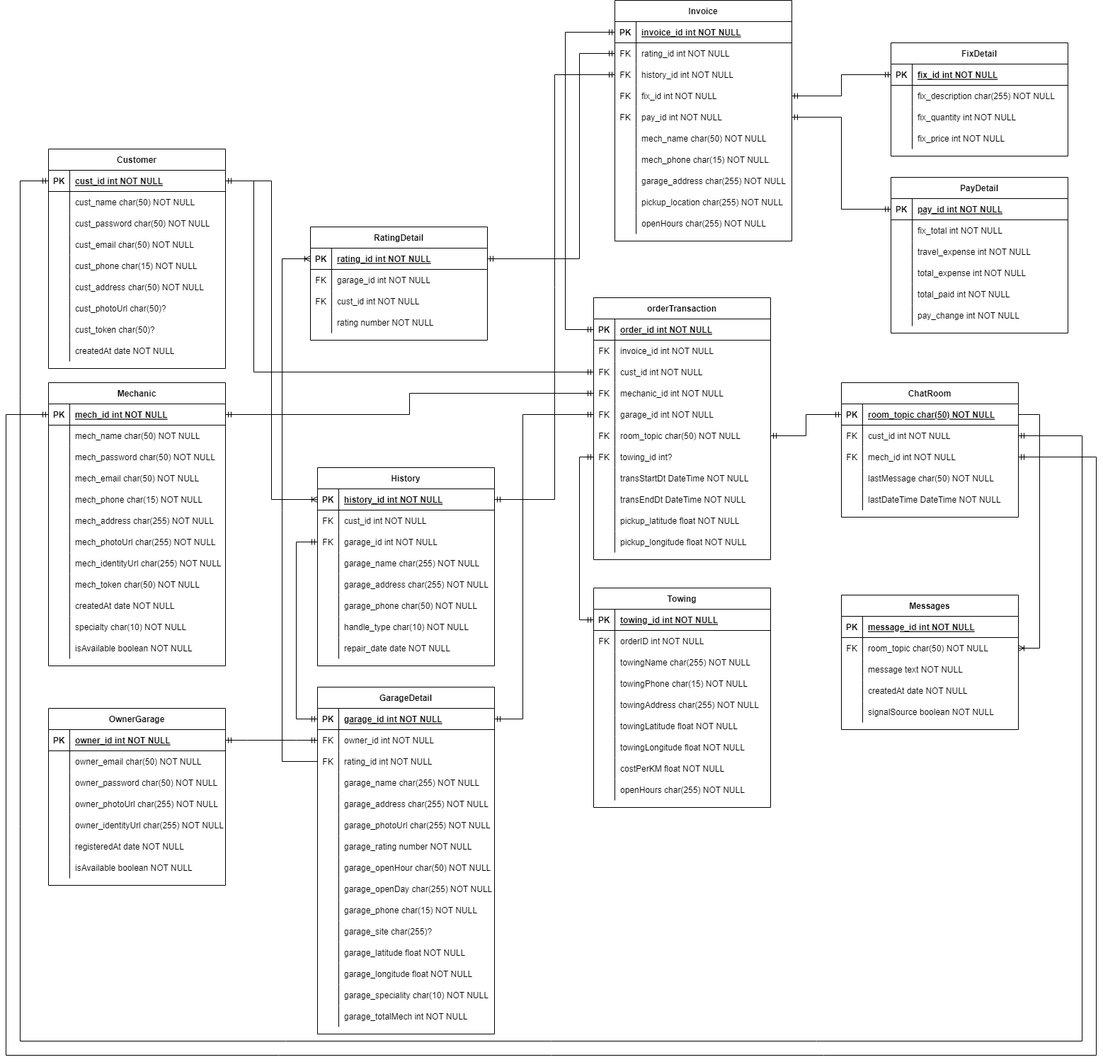
Above: Systems/ERDiagram.drawio.png in felixfilipi/E-Monteer (draw.io), before the change. Source tidied: cells renumbered, new cells last; positions are measured from the earlier drawing's top-left corner, leaving out a move shared by most shapes.
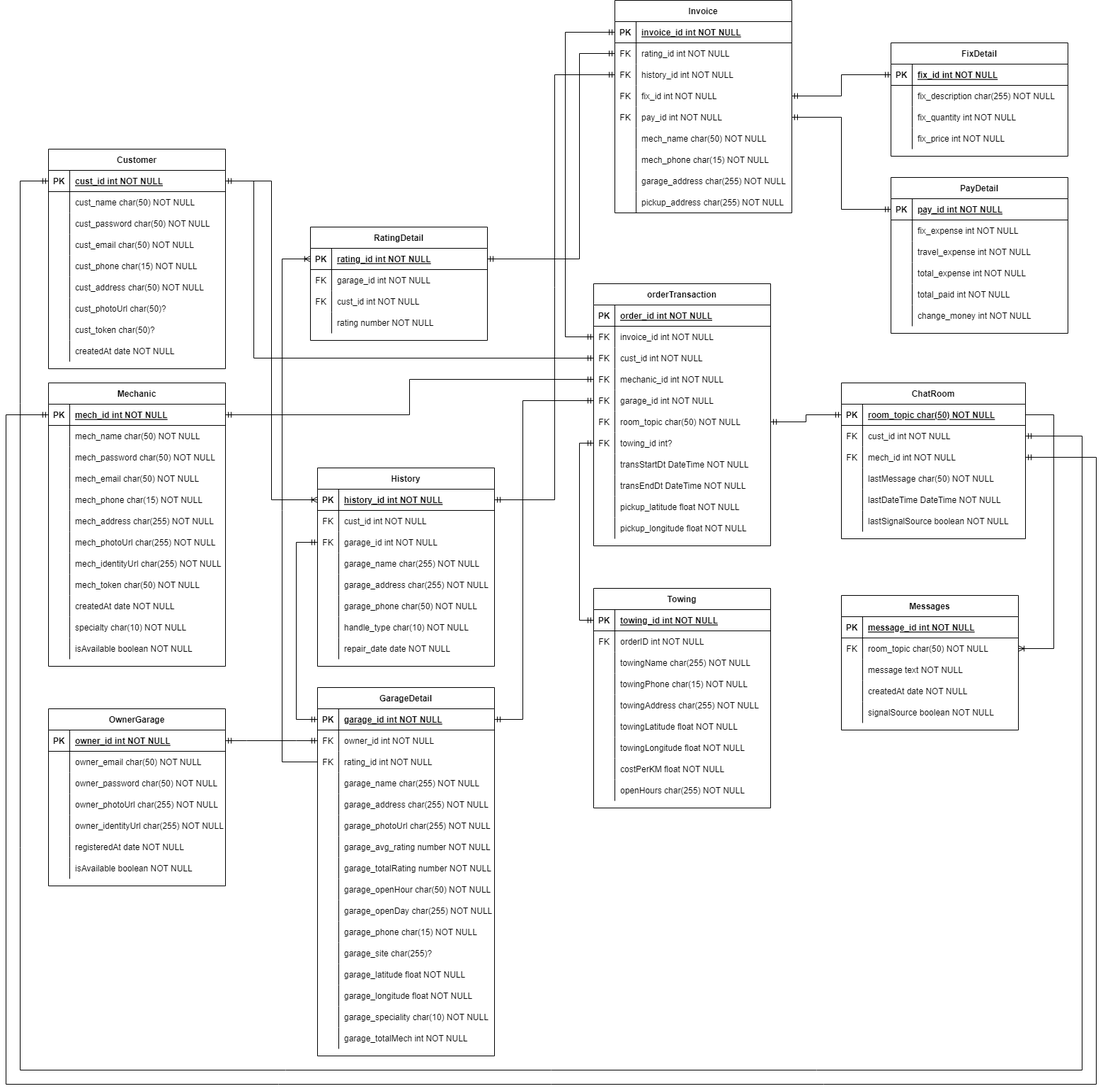
The same diagram one commit later.

Change to the diagram source:
```diff
@@ -264,53 +264,62 @@
       <mxGeometry x="30" width="220" height="30" as="geometry" />
     </mxCell>
     <mxCell id="89" value="ChatRoom" style="shape=table;startSize=30;rowLines=0;fontStyle=1;align=center;" parent="1" vertex="1">
-      <mxGeometry x="1180" y="540" width="250" height="190" as="geometry" />
+      <mxGeometry x="1180" y="540" width="260" height="220" as="geometry" />
     </mxCell>
     <mxCell id="90" style="shape=partialRectangle;fillColor=none;points=[[0,0.5],[1,0.5]];portConstraint=eastwest;top=0;left=0;right=0;bottom=1;" parent="89" vertex="1">
-      <mxGeometry y="30" width="250" height="30" as="geometry" />
+      <mxGeometry y="30" width="260" height="30" as="geometry" />
     </mxCell>
     <mxCell id="91" value="PK" style="shape=partialRectangle;overflow=hidden;fillColor=none;top=0;left=0;bottom=0;right=0;fontStyle=1;" parent="90" vertex="1">
       <mxGeometry width="30" height="30" as="geometry" />
     </mxCell>
     <mxCell id="92" value="room_topic char(50) NOT NULL " style="shape=partialRectangle;overflow=hidden;fillColor=none;top=0;left=0;bottom=0;right=0;align=left;spacingLeft=6;fontStyle=5;" parent="90" vertex="1">
-      <mxGeometry x="30" width="220" height="30" as="geometry" />
+      <mxGeometry x="30" width="230" height="30" as="geometry" />
     </mxCell>
     <mxCell id="93" style="shape=partialRectangle;fillColor=none;points=[[0,0.5],[1,0.5]];portConstraint=eastwest;top=0;left=0;right=0;bottom=0;" parent="89" vertex="1">
-      <mxGeometry y="60" width="250" height="30" as="geometry" />
+      <mxGeometry y="60" width="260" height="30" as="geometry" />
     </mxCell>
     <mxCell id="94" value="FK" style="shape=partialRectangle;overflow=hidden;fillColor=none;top=0;left=0;bottom=0;right=0;" parent="93" vertex="1">
       <mxGeometry width="30" height="30" as="geometry" />
     </mxCell>
     <mxCell id="95" value="cust_id int NOT NULL" style="shape=partialRectangle;overflow=hidden;fillColor=none;top=0;left=0;bottom=0;right=0;align=left;spacingLeft=6;" parent="93" vertex="1">
-      <mxGeometry x="30" width="220" height="30" as="geometry" />
+      <mxGeometry x="30" width="230" height="30" as="geometry" />
     </mxCell>
     <mxCell id="96" style="shape=partialRectangle;fillColor=none;points=[[0,0.5],[1,0.5]];portConstraint=eastwest;top=0;left=0;right=0;bottom=0;" parent="89" vertex="1">
-      <mxGeometry y="90" width="250" height="30" as="geometry" />
+      <mxGeometry y="90" width="260" height="30" as="geometry" />
     </mxCell>
     <mxCell id="97" value="FK" style="shape=partialRectangle;overflow=hidden;fillColor=none;top=0;left=0;bottom=0;right=0;" parent="96" vertex="1">
       <mxGeometry width="30" height="30" as="geometry" />
     </mxCell>
     <mxCell id="98" value="mech_id int NOT NULL" style="shape=partialRectangle;overflow=hidden;fillColor=none;top=0;left=0;bottom=0;right=0;align=left;spacingLeft=6;" parent="96" vertex="1">
-      <mxGeometry x="30" width="220" height="30" as="geometry" />
+      <mxGeometry x="30" width="230" height="30" as="geometry" />
     </mxCell>
     <mxCell id="99" style="shape=partialRectangle;fillColor=none;top=0;left=0;right=0;bottom=0;" parent="89" vertex="1">
-      <mxGeometry y="120" width="250" height="30" as="geometry" />
+      <mxGeometry y="120" width="260" height="30" as="geometry" />
     </mxCell>
     <mxCell id="100" style="shape=partialRectangle;overflow=hidden;fillColor=none;top=0;left=0;bottom=0;right=0;" parent="99" vertex="1">
       <mxGeometry width="30" height="30" as="geometry" />
     </mxCell>
     <mxCell id="101" value="lastMessage char(50) NOT NULL" style="shape=partialRectangle;overflow=hidden;fillColor=none;top=0;left=0;bottom=0;right=0;align=left;spacingLeft=6;" parent="99" vertex="1">
-      <mxGeometry x="30" width="220" height="30" as="geometry" />
+      <mxGeometry x="30" width="230" height="30" as="geometry" />
     </mxCell>
     <mxCell id="102" style="shape=partialRectangle;fillColor=none;top=0;left=0;right=0;bottom=0;" parent="89" vertex="1">
-      <mxGeometry y="150" width="250" height="30" as="geometry" />
+      <mxGeometry y="150" width="260" height="30" as="geometry" />
     </mxCell>
     <mxCell id="103" style="shape=partialRectangle;overflow=hidden;fillColor=none;top=0;left=0;bottom=0;right=0;" parent="102" vertex="1">
       <mxGeometry width="30" height="30" as="geometry" />
     </mxCell>
     <mxCell id="104" value="lastDateTime DateTime NOT NULL" style="shape=partialRectangle;overflow=hidden;fillColor=none;top=0;left=0;bottom=0;right=0;align=left;spacingLeft=6;" parent="102" vertex="1">
-      <mxGeometry x="30" width="220" height="30" as="geometry" />
+      <mxGeometry x="30" width="230" height="30" as="geometry" />
     </mxCell>
+    <mxCell id="347" style="shape=partialRectangle;fillColor=none;top=0;left=0;right=0;bottom=0;" parent="89" vertex="1">
+      <mxGeometry y="180" width="260" height="30" as="geometry" />
+    </mxCell>
+    <mxCell id="348" style="shape=partialRectangle;overflow=hidden;fillColor=none;top=0;left=0;bottom=0;right=0;" parent="347" vertex="1">
+      <mxGeometry width="30" height="30" as="geometry" />
+    </mxCell>
+    <mxCell id="349" value="lastSignalSource boolean NOT NULL" style="shape=partialRectangle;overflow=hidden;fillColor=none;top=0;left=0;bottom=0;right=0;align=left;spacingLeft=6;" parent="347" vertex="1">
+      <mxGeometry x="30" width="230" height="30" as="geometry" />
+    </mxCell>
     <mxCell id="105" value="Messages" style="shape=table;startSize=30;rowLines=0;fontStyle=1;align=center;" parent="1" vertex="1">
       <mxGeometry x="1180" y="840" width="250" height="190" as="geometry" />
     </mxCell>
@@ -444,7 +453,7 @@
       <mxGeometry x="30" width="220" height="30" as="geometry" />
     </mxCell>
     <mxCell id="149" value="GarageDetail" style="shape=table;startSize=30;rowLines=0;fontStyle=1;align=center;" parent="1" vertex="1">
-      <mxGeometry x="440" y="970" width="250" height="490" as="geometry" />
+      <mxGeometry x="440" y="970" width="250" height="520" as="geometry" />
     </mxCell>
     <mxCell id="150" style="shape=partialRectangle;fillColor=none;points=[[0,0.5],[1,0.5]];portConstraint=eastwest;top=0;left=0;right=0;bottom=1;" parent="149" vertex="1">
       <mxGeometry y="30" width="250" height="30" as="geometry" />
@@ -506,11 +515,20 @@
     <mxCell id="169" style="shape=partialRectangle;overflow=hidden;fillColor=none;top=0;left=0;bottom=0;right=0;" parent="168" vertex="1">
       <mxGeometry width="30" height="30" as="geometry" />
     </mxCell>
-    <mxCell id="170" value="garage_rating number NOT NULL" style="shape=partialRectangle;overflow=hidden;fillColor=none;top=0;left=0;bottom=0;right=0;align=left;spacingLeft=6;" parent="168" vertex="1">
+    <mxCell id="170" value="garage_avg_rating number NOT NULL" style="shape=partialRectangle;overflow=hidden;fillColor=none;top=0;left=0;bottom=0;right=0;align=left;spacingLeft=6;" parent="168" vertex="1">
       <mxGeometry x="30" width="220" height="30" as="geometry" />
     </mxCell>
+    <mxCell id="350" style="shape=partialRectangle;fillColor=none;top=0;left=0;right=0;bottom=0;" parent="149" vertex="1">
+      <mxGeometry y="240" width="250" height="30" as="geometry" />
+    </mxCell>
+    <mxCell id="351" style="shape=partialRectangle;overflow=hidden;fillColor=none;top=0;left=0;bottom=0;right=0;" parent="350" vertex="1">
+      <mxGeometry width="30" height="30" as="geometry" />
+    </mxCell>
+    <mxCell id="352" value="garage_totalRating number NOT NULL" style="shape=partialRectangle;overflow=hidden;fillColor=none;top=0;left=0;bottom=0;right=0;align=left;spacingLeft=6;" parent="350" vertex="1">
+      <mxGeometry x="30" width="220" height="30" as="geometry" />
+    </mxCell>
     <mxCell id="171" style="shape=partialRectangle;fillColor=none;top=0;left=0;right=0;bottom=0;" parent="149" vertex="1">
-      <mxGeometry y="240" width="250" height="30" as="geometry" />
+      <mxGeometry y="270" width="250" height="30" as="geometry" />
     </mxCell>
     <mxCell id="172" style="shape=partialRectangle;overflow=hidden;fillColor=none;top=0;left=0;bottom=0;right=0;" parent="171" vertex="1">
       <mxGeometry width="30" height="30" as="geometry" />
@@ -519,7 +537,7 @@
       <mxGeometry x="30" width="220" height="30" as="geometry" />
     </mxCell>
     <mxCell id="174" style="shape=partialRectangle;fillColor=none;top=0;left=0;right=0;bottom=0;" parent="149" vertex="1">
-      <mxGeometry y="270" width="250" height="30" as="geometry" />
+      <mxGeometry y="300" width="250" height="30" as="geometry" />
     </mxCell>
     <mxCell id="175" style="shape=partialRectangle;overflow=hidden;fillColor=none;top=0;left=0;bottom=0;right=0;" parent="174" vertex="1">
       <mxGeometry width="30" height="30" as="geometry" />
@@ -528,7 +546,7 @@
       <mxGeometry x="30" width="220" height="30" as="geometry" />
     </mxCell>
     <mxCell id="177" style="shape=partialRectangle;fillColor=none;top=0;left=0;right=0;bottom=0;" parent="149" vertex="1">
-      <mxGeometry y="300" width="250" height="30" as="geometry" />
+      <mxGeometry y="330" width="250" height="30" as="geometry" />
     </mxCell>
     <mxCell id="178" style="shape=partialRectangle;overflow=hidden;fillColor=none;top=0;left=0;bottom=0;right=0;" parent="177" vertex="1">
       <mxGeometry width="30" height="30" as="geometry" />
@@ -537,7 +555,7 @@
       <mxGeometry x="30" width="220" height="30" as="geometry" />
     </mxCell>
     <mxCell id="180" style="shape=partialRectangle;fillColor=none;top=0;left=0;right=0;bottom=0;" parent="149" vertex="1">
-      <mxGeometry y="330" width="250" height="30" as="geometry" />
+      <mxGeometry y="360" width="250" height="30" as="geometry" />
     </mxCell>
     <mxCell id="181" style="shape=partialRectangle;overflow=hidden;fillColor=none;top=0;left=0;bottom=0;right=0;" parent="180" vertex="1">
       <mxGeometry width="30" height="30" as="geometry" />
@@ -546,7 +564,7 @@
       <mxGeometry x="30" width="220" height="30" as="geometry" />
     </mxCell>
     <mxCell id="183" style="shape=partialRectangle;fillColor=none;top=0;left=0;right=0;bottom=0;" parent="149" vertex="1">
-      <mxGeometry y="360" width="250" height="30" as="geometry" />
+      <mxGeometry y="390" width="250" height="30" as="geometry" />
     </mxCell>
     <mxCell id="184" style="shape=partialRectangle;overflow=hidden;fillColor=none;top=0;left=0;bottom=0;right=0;" parent="183" vertex="1">
       <mxGeometry width="30" height="30" as="geometry" />
@@ -555,7 +573,7 @@
       <mxGeometry x="30" width="220" height="30" as="geometry" />
     </mxCell>
     <mxCell id="186" style="shape=partialRectangle;fillColor=none;top=0;left=0;right=0;bottom=0;" parent="149" vertex="1">
-      <mxGeometry y="390" width="250" height="30" as="geometry" />
+      <mxGeometry y="420" width="250" height="30" as="geometry" />
     </mxCell>
     <mxCell id="187" style="shape=partialRectangle;overflow=hidden;fillColor=none;top=0;left=0;bottom=0;right=0;" parent="186" vertex="1">
       <mxGeometry width="30" height="30" as="geometry" />
@@ -564,7 +582,7 @@
       <mxGeometry x="30" width="220" height="30" as="geometry" />
     </mxCell>
     <mxCell id="189" style="shape=partialRectangle;fillColor=none;top=0;left=0;right=0;bottom=0;" parent="149" vertex="1">
-      <mxGeometry y="420" width="250" height="30" as="geometry" />
+      <mxGeometry y="450" width="250" height="30" as="geometry" />
     </mxCell>
     <mxCell id="190" style="shape=partialRectangle;overflow=hidden;fillColor=none;top=0;left=0;bottom=0;right=0;" parent="189" vertex="1">
       <mxGeometry width="30" height="30" as="geometry" />
@@ -573,7 +591,7 @@
       <mxGeometry x="30" width="220" height="30" as="geometry" />
     </mxCell>
     <mxCell id="192" style="shape=partialRectangle;fillColor=none;top=0;left=0;right=0;bottom=0;" parent="149" vertex="1">
-      <mxGeometry y="450" width="250" height="30" as="geometry" />
+      <mxGeometry y="480" width="250" height="30" as="geometry" />
     </mxCell>
     <mxCell id="193" style="shape=partialRectangle;overflow=hidden;fillColor=none;top=0;left=0;bottom=0;right=0;" parent="192" vertex="1">
       <mxGeometry width="30" height="30" as="geometry" />
@@ -582,7 +600,7 @@
       <mxGeometry x="30" width="220" height="30" as="geometry" />
     </mxCell>
     <mxCell id="195" value="Invoice" style="shape=table;startSize=30;rowLines=0;fontStyle=1;align=center;" parent="1" vertex="1">
-      <mxGeometry x="860" width="250" height="340" as="geometry" />
+      <mxGeometry x="860" width="250" height="300" as="geometry" />
     </mxCell>
     <mxCell id="196" style="shape=partialRectangle;fillColor=none;points=[[0,0.5],[1,0.5]];portConstraint=eastwest;top=0;left=0;right=0;bottom=1;" parent="195" vertex="1">
       <mxGeometry y="30" width="250" height="30" as="geometry" />
@@ -662,18 +680,9 @@
     <mxCell id="221" style="shape=partialRectangle;overflow=hidden;fillColor=none;top=0;left=0;bottom=0;right=0;" parent="220" vertex="1">
       <mxGeometry width="30" height="30" as="geometry" />
     </mxCell>
-    <mxCell id="222" value="pickup_location char(255) NOT NULL" style="shape=partialRectangle;overflow=hidden;fillColor=none;top=0;left=0;bottom=0;right=0;align=left;spacingLeft=6;" parent="220" vertex="1">
+    <mxCell id="222" value="pickup_address char(255) NOT NULL" style="shape=partialRectangle;overflow=hidden;fillColor=none;top=0;left=0;bottom=0;right=0;align=left;spacingLeft=6;" parent="220" vertex="1">
       <mxGeometry x="30" width="220" height="30" as="geometry" />
     </mxCell>
-    <mxCell id="223" style="shape=partialRectangle;fillColor=none;top=0;left=0;right=0;bottom=0;" parent="195" vertex="1">
-      <mxGeometry y="300" width="250" height="30" as="geometry" />
-    </mxCell>
-    <mxCell id="224" style="shape=partialRectangle;overflow=hidden;fillColor=none;top=0;left=0;bottom=0;right=0;" parent="223" vertex="1">
-      <mxGeometry width="30" height="30" as="geometry" />
-    </mxCell>
-    <mxCell id="225" value="openHours char(255) NOT NULL" style="shape=partialRectangle;overflow=hidden;fillColor=none;top=0;left=0;bottom=0;right=0;align=left;spacingLeft=6;" parent="223" vertex="1">
-      <mxGeometry x="30" width="220" height="30" as="geometry" />
-    </mxCell>
     <mxCell id="226" value="RatingDetail" style="shape=table;startSize=30;rowLines=0;fontStyle=1;align=center;" parent="1" vertex="1">
       <mxGeometry x="430" y="320" width="250" height="160" as="geometry" />
     </mxCell>
@@ -770,7 +779,7 @@
     <mxCell id="257" style="shape=partialRectangle;overflow=hidden;fillColor=none;top=0;left=0;bottom=0;right=0;" parent="256" vertex="1">
       <mxGeometry width="30" height="30" as="geometry" />
     </mxCell>
-    <mxCell id="258" value="fix_total int NOT NULL" style="shape=partialRectangle;overflow=hidden;fillColor=none;top=0;left=0;bottom=0;right=0;align=left;spacingLeft=6;" parent="256" vertex="1">
+    <mxCell id="258" value="fix_expense int NOT NULL" style="shape=partialRectangle;overflow=hidden;fillColor=none;top=0;left=0;bottom=0;right=0;align=left;spacingLeft=6;" parent="256" vertex="1">
       <mxGeometry x="30" width="220" height="30" as="geometry" />
     </mxCell>
     <mxCell id="259" style="shape=partialRectangle;fillColor=none;top=0;left=0;right=0;bottom=0;" parent="252" vertex="1">
@@ -806,7 +815,7 @@
     <mxCell id="269" style="shape=partialRectangle;overflow=hidden;fillColor=none;top=0;left=0;bottom=0;right=0;" parent="268" vertex="1">
       <mxGeometry width="30" height="30" as="geometry" />
     </mxCell>
-    <mxCell id="270" value="pay_change int NOT NULL" style="shape=partialRectangle;overflow=hidden;fillColor=none;top=0;left=0;bottom=0;right=0;align=left;spacingLeft=6;" parent="268" vertex="1">
+    <mxCell id="270" value="change_money int NOT NULL" style="shape=partialRectangle;overflow=hidden;fillColor=none;top=0;left=0;bottom=0;right=0;align=left;spacingLeft=6;" parent="268" vertex="1">
       <mxGeometry x="30" width="220" height="30" as="geometry" />
     </mxCell>
     <mxCell id="271" value="History" style="shape=table;startSize=30;rowLines=0;fontStyle=1;align=center;" parent="1" vertex="1">
@@ -885,7 +894,7 @@
       <mxGeometry x="30" width="220" height="30" as="geometry" />
     </mxCell>
     <mxCell id="296" value="orderTransaction" style="shape=table;startSize=30;rowLines=0;fontStyle=1;align=center;" parent="1" vertex="1">
-      <mxGeometry x="830" y="420" width="250" height="370" as="geometry" />
+      <mxGeometry x="830" y="400" width="250" height="370" as="geometry" />
     </mxCell>
     <mxCell id="297" style="shape=partialRectangle;fillColor=none;points=[[0,0.5],[1,0.5]];portConstraint=eastwest;top=0;left=0;right=0;bottom=1;" parent="296" vertex="1">
       <mxGeometry y="30" width="250" height="30" as="geometry" />
@@ -990,8 +999,8 @@
       <mxGeometry relative="1" as="geometry">
         <Array as="points">
           <mxPoint x="1520" y="615" />
-          <mxPoint x="1520" y="1470" />
-          <mxPoint x="20" y="1470" />
+          <mxPoint x="1520" y="1510" />
+          <mxPoint x="20" y="1510" />
           <mxPoint x="20" y="255" />
         </Array>
       </mxGeometry>
@@ -1000,14 +1009,19 @@
       <mxGeometry relative="1" as="geometry">
         <Array as="points">
           <mxPoint x="1540" y="645" />
-          <mxPoint x="1540" y="1490" />
-          <mxPoint y="1490" />
+          <mxPoint x="1540" y="1530" />
+          <mxPoint y="1530" />
           <mxPoint y="585" />
         </Array>
       </mxGeometry>
     </mxCell>
-    <mxCell id="332" style="edgeStyle=entityRelationEdgeStyle;fontSize=12;html=1;endArrow=ERoneToMany;rounded=0;exitX=1;exitY=0.5;exitDx=0;exitDy=0;entryX=1;entryY=0.5;entryDx=0;entryDy=0;" parent="1" edge="1" source="90" target="109">
-      <mxGeometry relative="1" as="geometry" />
+    <mxCell id="332" style="edgeStyle=orthogonalEdgeStyle;fontSize=12;html=1;endArrow=ERoneToMany;rounded=0;exitX=1;exitY=0.5;exitDx=0;exitDy=0;entryX=1;entryY=0.5;entryDx=0;entryDy=0;" parent="1" edge="1" source="90" target="109">
+      <mxGeometry relative="1" as="geometry">
+        <Array as="points">
+          <mxPoint x="1480" y="585" />
+          <mxPoint x="1480" y="915" />
+        </Array>
+      </mxGeometry>
     </mxCell>
     <mxCell id="333" style="edgeStyle=orthogonalEdgeStyle;fontSize=12;html=1;endArrow=ERmandOne;startArrow=ERmandOne;rounded=0;entryX=0;entryY=0.5;entryDx=0;entryDy=0;exitX=1;exitY=0.5;exitDx=0;exitDy=0;" parent="1" edge="1" source="312" target="90">
       <mxGeometry relative="1" as="geometry" />
@@ -1026,10 +1040,10 @@
         </Array>
       </mxGeometry>
     </mxCell>
-    <mxCell id="337" style="edgeStyle=orthogonalEdgeStyle;fontSize=12;html=1;endArrow=ERmandOne;startArrow=ERmandOne;rounded=0;entryX=0;entryY=0.5;entryDx=0;entryDy=0;exitX=0;exitY=0.5;exitDx=0;exitDy=0;" parent="1" edge="1" source="297" target="196">
+    <mxCell id="337" style="edgeStyle=orthogonalEdgeStyle;fontSize=12;html=1;endArrow=ERmandOne;startArrow=ERmandOne;rounded=0;entryX=0;entryY=0.5;entryDx=0;entryDy=0;exitX=0;exitY=0.5;exitDx=0;exitDy=0;" parent="1" edge="1" source="300" target="196">
       <mxGeometry relative="1" as="geometry">
         <Array as="points">
-          <mxPoint x="790" y="465" />
+          <mxPoint x="790" y="475" />
           <mxPoint x="790" y="45" />
         </Array>
       </mxGeometry>
@@ -1041,7 +1055,7 @@
       <mxGeometry relative="1" as="geometry">
         <Array as="points">
           <mxPoint x="810" y="875" />
-          <mxPoint x="810" y="645" />
+          <mxPoint x="810" y="625" />
         </Array>
       </mxGeometry>
     </mxCell>
@@ -1049,7 +1063,7 @@
       <mxGeometry relative="1" as="geometry">
         <Array as="points">
           <mxPoint x="730" y="1015" />
-          <mxPoint x="730" y="585" />
+          <mxPoint x="730" y="565" />
         </Array>
       </mxGeometry>
     </mxCell>
@@ -1068,7 +1082,7 @@
       <mxGeometry relative="1" as="geometry">
         <Array as="points">
           <mxPoint x="350" y="255" />
-          <mxPoint x="350" y="525" />
+          <mxPoint x="350" y="505" />
         </Array>
       </mxGeometry>
     </mxCell>
```
